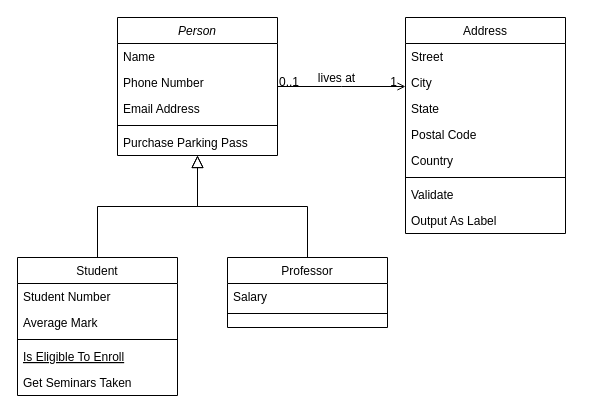
Earlier version of the draw.io diagram classe.drawio (anitomicha/administration-services). Source tidied: cells renumbered, new cells numbered last; positions are measured from the earlier drawing's top-left corner, leaving out a move shared by most shapes. Both pictures are drawn from the tidied source at 100%, with x=0, y=0 at pixel (17, 17).
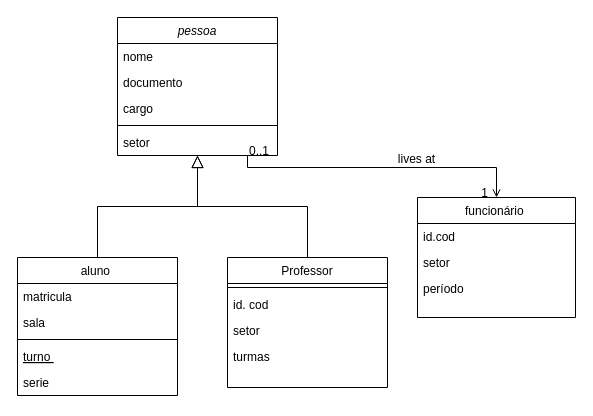
The same diagram, later.

Change to the diagram source:
```diff
@@
-    <mxCell id="2" value="Person" style="swimlane;fontStyle=2;align=center;verticalAlign=top;horizontal=1;startSize=26;rounded=0;shadow=0;strokeWidth=1;" parent="1" vertex="1">
+    <mxCell id="2" value="pessoa" style="swimlane;fontStyle=2;align=center;verticalAlign=top;horizontal=1;startSize=26;rounded=0;shadow=0;strokeWidth=1;" parent="1" vertex="1">
       <mxGeometry x="100" width="160" height="138" as="geometry" />
     </mxCell>
-    <mxCell id="3" value="Name" style="text;align=left;verticalAlign=top;spacingLeft=4;spacingRight=4;overflow=hidden;" parent="2" vertex="1">
+    <mxCell id="3" value="nome " style="text;align=left;verticalAlign=top;spacingLeft=4;spacingRight=4;overflow=hidden;" parent="2" vertex="1">
       <mxGeometry y="26" width="160" height="26" as="geometry" />
     </mxCell>
-    <mxCell id="4" value="Phone Number" style="text;align=left;verticalAlign=top;spacingLeft=4;spacingRight=4;overflow=hidden;rounded=0;shadow=0;html=0;" parent="2" vertex="1">
+    <mxCell id="4" value="documento " style="text;align=left;verticalAlign=top;spacingLeft=4;spacingRight=4;overflow=hidden;rounded=0;shadow=0;html=0;" parent="2" vertex="1">
       <mxGeometry y="52" width="160" height="26" as="geometry" />
     </mxCell>
-    <mxCell id="5" value="Email Address" style="text;align=left;verticalAlign=top;spacingLeft=4;spacingRight=4;overflow=hidden;rounded=0;shadow=0;html=0;" parent="2" vertex="1">
+    <mxCell id="5" value="cargo " style="text;align=left;verticalAlign=top;spacingLeft=4;spacingRight=4;overflow=hidden;rounded=0;shadow=0;html=0;" parent="2" vertex="1">
       <mxGeometry y="78" width="160" height="26" as="geometry" />
     </mxCell>
@@
-    <mxCell id="7" value="Purchase Parking Pass" style="text;align=left;verticalAlign=top;spacingLeft=4;spacingRight=4;overflow=hidden;" parent="2" vertex="1">
+    <mxCell id="7" value="setor " style="text;align=left;verticalAlign=top;spacingLeft=4;spacingRight=4;overflow=hidden;" parent="2" vertex="1">
       <mxGeometry y="112" width="160" height="26" as="geometry" />
     </mxCell>
-    <mxCell id="8" value="Student" style="swimlane;fontStyle=0;align=center;verticalAlign=top;horizontal=1;startSize=26;rounded=0;shadow=0;strokeWidth=1;" parent="1" vertex="1">
+    <mxCell id="8" value="aluno " style="swimlane;fontStyle=0;align=center;verticalAlign=top;horizontal=1;startSize=26;rounded=0;shadow=0;strokeWidth=1;" parent="1" vertex="1">
       <mxGeometry y="240" width="160" height="138" as="geometry" />
     </mxCell>
-    <mxCell id="9" value="Student Number" style="text;align=left;verticalAlign=top;spacingLeft=4;spacingRight=4;overflow=hidden;" parent="8" vertex="1">
+    <mxCell id="9" value="matricula " style="text;align=left;verticalAlign=top;spacingLeft=4;spacingRight=4;overflow=hidden;" parent="8" vertex="1">
       <mxGeometry y="26" width="160" height="26" as="geometry" />
     </mxCell>
-    <mxCell id="10" value="Average Mark" style="text;align=left;verticalAlign=top;spacingLeft=4;spacingRight=4;overflow=hidden;rounded=0;shadow=0;html=0;" parent="8" vertex="1">
+    <mxCell id="10" value="sala " style="text;align=left;verticalAlign=top;spacingLeft=4;spacingRight=4;overflow=hidden;rounded=0;shadow=0;html=0;" parent="8" vertex="1">
       <mxGeometry y="52" width="160" height="26" as="geometry" />
     </mxCell>
@@
-    <mxCell id="12" value="Is Eligible To Enroll" style="text;align=left;verticalAlign=top;spacingLeft=4;spacingRight=4;overflow=hidden;fontStyle=4;" parent="8" vertex="1">
+    <mxCell id="12" value="turno " style="text;align=left;verticalAlign=top;spacingLeft=4;spacingRight=4;overflow=hidden;fontStyle=4;" parent="8" vertex="1">
       <mxGeometry y="86" width="160" height="26" as="geometry" />
     </mxCell>
-    <mxCell id="13" value="Get Seminars Taken" style="text;align=left;verticalAlign=top;spacingLeft=4;spacingRight=4;overflow=hidden;" parent="8" vertex="1">
+    <mxCell id="13" value="serie " style="text;align=left;verticalAlign=top;spacingLeft=4;spacingRight=4;overflow=hidden;" parent="8" vertex="1">
       <mxGeometry y="112" width="160" height="26" as="geometry" />
     </mxCell>
@@
     <mxCell id="15" value="Professor" style="swimlane;fontStyle=0;align=center;verticalAlign=top;horizontal=1;startSize=26;rounded=0;shadow=0;strokeWidth=1;" parent="1" vertex="1">
-      <mxGeometry x="210" y="240" width="160" height="70" as="geometry" />
+      <mxGeometry x="210" y="240" width="160" height="130" as="geometry" />
     </mxCell>
-    <mxCell id="16" value="Salary" style="text;align=left;verticalAlign=top;spacingLeft=4;spacingRight=4;overflow=hidden;" parent="15" vertex="1">
-      <mxGeometry y="26" width="160" height="26" as="geometry" />
-    </mxCell>
     <mxCell id="17" style="line;html=1;strokeWidth=1;align=left;verticalAlign=middle;spacingTop=-1;spacingLeft=3;spacingRight=3;labelPosition=right;" parent="15" vertex="1">
-      <mxGeometry y="52" width="160" height="8" as="geometry" />
+      <mxGeometry y="26" width="160" height="8" as="geometry" />
     </mxCell>
+    <mxCell id="32" value="id. cod " style="text;align=left;verticalAlign=top;spacingLeft=4;spacingRight=4;overflow=hidden;" parent="15" vertex="1">
+      <mxGeometry y="34" width="160" height="26" as="geometry" />
+    </mxCell>
+    <mxCell id="33" value="setor " style="text;align=left;verticalAlign=top;spacingLeft=4;spacingRight=4;overflow=hidden;" parent="15" vertex="1">
+      <mxGeometry y="60" width="160" height="26" as="geometry" />
+    </mxCell>
+    <mxCell id="34" value="turmas " style="text;align=left;verticalAlign=top;spacingLeft=4;spacingRight=4;overflow=hidden;" parent="15" vertex="1">
+      <mxGeometry y="86" width="160" height="26" as="geometry" />
+    </mxCell>
@@
-    <mxCell id="19" value="Address" style="swimlane;fontStyle=0;align=center;verticalAlign=top;horizontal=1;startSize=26;rounded=0;shadow=0;strokeWidth=1;" parent="1" vertex="1">
-      <mxGeometry x="388" width="160" height="216" as="geometry" />
+    <mxCell id="19" value="funcionário " style="swimlane;fontStyle=0;align=center;verticalAlign=top;horizontal=1;startSize=26;rounded=0;shadow=0;strokeWidth=1;" parent="1" vertex="1">
+      <mxGeometry x="400" y="180" width="158" height="120" as="geometry" />
     </mxCell>
-    <mxCell id="20" value="Street" style="text;align=left;verticalAlign=top;spacingLeft=4;spacingRight=4;overflow=hidden;" parent="19" vertex="1">
-      <mxGeometry y="26" width="160" height="26" as="geometry" />
+    <mxCell id="20" value="id.cod " style="text;align=left;verticalAlign=top;spacingLeft=4;spacingRight=4;overflow=hidden;" parent="19" vertex="1">
+      <mxGeometry y="26" width="158" height="26" as="geometry" />
     </mxCell>
-    <mxCell id="21" value="City" style="text;align=left;verticalAlign=top;spacingLeft=4;spacingRight=4;overflow=hidden;rounded=0;shadow=0;html=0;" parent="19" vertex="1">
-      <mxGeometry y="52" width="160" height="26" as="geometry" />
+    <mxCell id="21" value="setor " style="text;align=left;verticalAlign=top;spacingLeft=4;spacingRight=4;overflow=hidden;rounded=0;shadow=0;html=0;" parent="19" vertex="1">
+      <mxGeometry y="52" width="158" height="26" as="geometry" />
     </mxCell>
-    <mxCell id="22" value="State" style="text;align=left;verticalAlign=top;spacingLeft=4;spacingRight=4;overflow=hidden;rounded=0;shadow=0;html=0;" parent="19" vertex="1">
-      <mxGeometry y="78" width="160" height="26" as="geometry" />
+    <mxCell id="22" value="período " style="text;align=left;verticalAlign=top;spacingLeft=4;spacingRight=4;overflow=hidden;rounded=0;shadow=0;html=0;" parent="19" vertex="1">
+      <mxGeometry y="78" width="158" height="26" as="geometry" />
     </mxCell>
-    <mxCell id="23" value="Postal Code" style="text;align=left;verticalAlign=top;spacingLeft=4;spacingRight=4;overflow=hidden;rounded=0;shadow=0;html=0;" parent="19" vertex="1">
-      <mxGeometry y="104" width="160" height="26" as="geometry" />
-    </mxCell>
-    <mxCell id="24" value="Country" style="text;align=left;verticalAlign=top;spacingLeft=4;spacingRight=4;overflow=hidden;rounded=0;shadow=0;html=0;" parent="19" vertex="1">
-      <mxGeometry y="130" width="160" height="26" as="geometry" />
-    </mxCell>
-    <mxCell id="25" style="line;html=1;strokeWidth=1;align=left;verticalAlign=middle;spacingTop=-1;spacingLeft=3;spacingRight=3;labelPosition=right;" parent="19" vertex="1">
-      <mxGeometry y="156" width="160" height="8" as="geometry" />
-    </mxCell>
-    <mxCell id="26" value="Validate" style="text;align=left;verticalAlign=top;spacingLeft=4;spacingRight=4;overflow=hidden;" parent="19" vertex="1">
-      <mxGeometry y="164" width="160" height="26" as="geometry" />
-    </mxCell>
-    <mxCell id="27" value="Output As Label" style="text;align=left;verticalAlign=top;spacingLeft=4;spacingRight=4;overflow=hidden;" parent="19" vertex="1">
-      <mxGeometry y="190" width="160" height="26" as="geometry" />
-    </mxCell>
     <mxCell id="28" style="endArrow=open;shadow=0;strokeWidth=1;rounded=0;endFill=1;edgeStyle=elbowEdgeStyle;elbow=vertical;" parent="1" edge="1" source="2" target="19">
       <mxGeometry x="0.5" y="41" relative="1" as="geometry">
+        <Array as="points">
+          <mxPoint x="230" y="150" />
+        </Array>
         <mxPoint x="-40" y="32" as="offset" />
       </mxGeometry>
     </mxCell>
```
